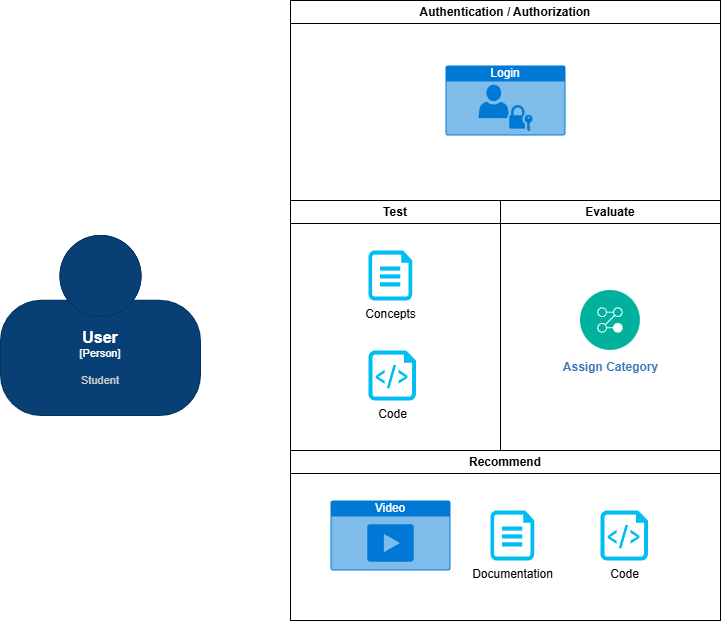
Before: resources/img/context-tutor.drawio.png, a diagram exported from draw.io (devgalop/esp-proj-tutor). Source tidied: cells renumbered, new cells last; positions are measured from the earlier drawing's top-left corner, leaving out a move shared by most shapes. Its diagram source:
```xml
<mxGraphModel background="#ffffff">
  <root>
    <mxCell id="0" />
    <mxCell id="1" parent="0" />
    <object id="2" label="&lt;font style=&quot;font-size: 16px&quot;&gt;&lt;b&gt;%c4Name%&lt;/b&gt;&lt;/font&gt;&lt;div&gt;[%c4Type%]&lt;/div&gt;&lt;br&gt;&lt;div&gt;&lt;font style=&quot;font-size: 11px&quot;&gt;&lt;font color=&quot;#cccccc&quot;&gt;%c4Description%&lt;/font&gt;&lt;/div&gt;" c4Description="Student" c4Name="User" c4Type="Person" placeholders="1">
      <mxCell style="html=1;fontSize=11;dashed=0;whiteSpace=wrap;fillColor=#083F75;strokeColor=#06315C;fontColor=#ffffff;shape=mxgraph.c4.person2;align=center;" parent="1" vertex="1">
        <mxGeometry y="235" width="200" height="180" as="geometry" />
      </mxCell>
    </object>
    <mxCell id="3" value="Test" style="swimlane;whiteSpace=wrap;html=1;" parent="1" vertex="1">
      <mxGeometry x="290" y="200" width="210" height="250" as="geometry" />
    </mxCell>
    <mxCell id="4" value="Concepts" style="verticalLabelPosition=bottom;html=1;verticalAlign=top;align=center;strokeColor=none;fillColor=#00BEF2;shape=mxgraph.azure.file;" parent="3" vertex="1">
      <mxGeometry x="78" y="50" width="43.8" height="50" as="geometry" />
    </mxCell>
    <mxCell id="5" value="Code" style="verticalLabelPosition=bottom;html=1;verticalAlign=top;align=center;strokeColor=none;fillColor=#00BEF2;shape=mxgraph.azure.script_file;" parent="3" vertex="1">
      <mxGeometry x="78" y="150" width="47.5" height="50" as="geometry" />
    </mxCell>
    <mxCell id="6" value="Evaluate" style="swimlane;whiteSpace=wrap;html=1;" parent="1" vertex="1">
      <mxGeometry x="500" y="200" width="220" height="250" as="geometry" />
    </mxCell>
    <mxCell id="7" value="&lt;font&gt;&lt;b&gt;Assign Category&lt;/b&gt;&lt;/font&gt;" style="image;perimeter=ellipsePerimeter;html=1;align=center;shadow=0;dashed=0;fontColor=#4277BB;labelBackgroundColor=default;fontSize=12;spacingTop=3;image=img/lib/ibm/management/process_management.svg;" parent="6" vertex="1">
      <mxGeometry x="80" y="90" width="60" height="60" as="geometry" />
    </mxCell>
    <mxCell id="8" value="Authentication / Authorization" style="swimlane;whiteSpace=wrap;html=1;" parent="1" vertex="1">
      <mxGeometry x="290" width="430" height="200" as="geometry" />
    </mxCell>
    <mxCell id="9" value="Login" style="html=1;whiteSpace=wrap;strokeColor=none;fillColor=#0079D6;labelPosition=center;verticalLabelPosition=middle;verticalAlign=top;align=center;fontSize=12;spacingTop=-6;fontColor=#FFFFFF;sketch=0;shape=mxgraph.sitemap.login;" parent="8" vertex="1">
      <mxGeometry x="155" y="65" width="120" height="70" as="geometry" />
    </mxCell>
    <mxCell id="10" value="Recommend" style="swimlane;whiteSpace=wrap;html=1;" parent="1" vertex="1">
      <mxGeometry x="290" y="450" width="430" height="170" as="geometry" />
    </mxCell>
    <mxCell id="11" value="Video" style="html=1;whiteSpace=wrap;strokeColor=none;fillColor=#0079D6;labelPosition=center;verticalLabelPosition=middle;verticalAlign=top;align=center;fontSize=12;spacingTop=-6;fontColor=#FFFFFF;sketch=0;shape=mxgraph.sitemap.video;" parent="10" vertex="1">
      <mxGeometry x="40" y="50" width="120" height="70" as="geometry" />
    </mxCell>
    <mxCell id="12" value="Documentation" style="verticalLabelPosition=bottom;html=1;verticalAlign=top;align=center;strokeColor=none;fillColor=#00BEF2;shape=mxgraph.azure.file;" parent="10" vertex="1">
      <mxGeometry x="200" y="60" width="43.8" height="50" as="geometry" />
    </mxCell>
    <mxCell id="13" value="Code" style="verticalLabelPosition=bottom;html=1;verticalAlign=top;align=center;strokeColor=none;fillColor=#00BEF2;shape=mxgraph.azure.script_file;" parent="10" vertex="1">
      <mxGeometry x="310" y="60" width="47.5" height="50" as="geometry" />
    </mxCell>
  </root>
</mxGraphModel>
```
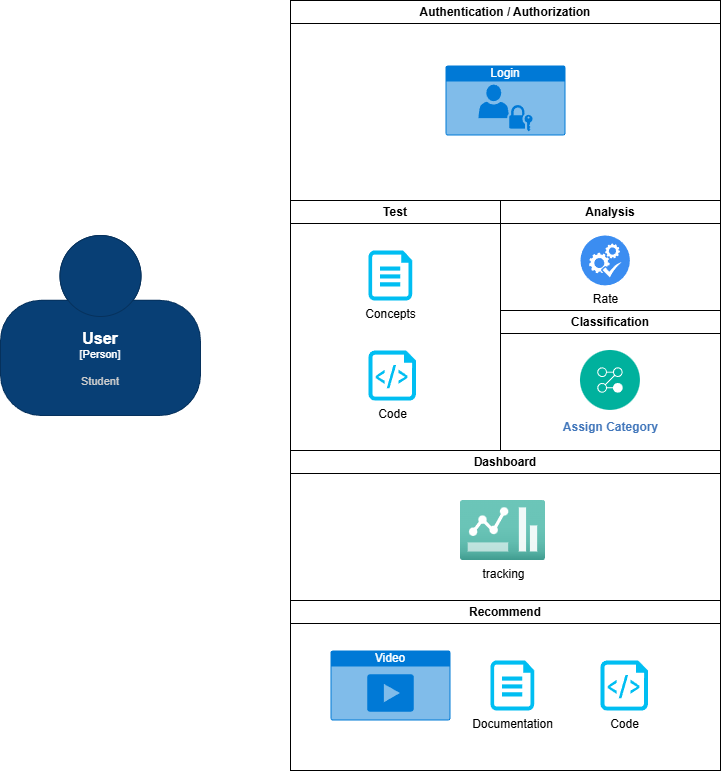
The same diagram one commit later.

Commit message:
docs: Mejora diagramas de contexto y contenedores

Se realiza una mejora en el diagrama de contexto para separar las responsabilidades entre el analizador y el clasificador. En el diagrama de contenedores se agrega la entrada mediante un front

The edit, as a diff of the source:
```diff
@@ -16,11 +16,11 @@
     <mxCell id="5" value="Code" style="verticalLabelPosition=bottom;html=1;verticalAlign=top;align=center;strokeColor=none;fillColor=#00BEF2;shape=mxgraph.azure.script_file;" parent="3" vertex="1">
       <mxGeometry x="78" y="150" width="47.5" height="50" as="geometry" />
     </mxCell>
-    <mxCell id="6" value="Evaluate" style="swimlane;whiteSpace=wrap;html=1;" parent="1" vertex="1">
-      <mxGeometry x="500" y="200" width="220" height="250" as="geometry" />
+    <mxCell id="6" value="Classification" style="swimlane;whiteSpace=wrap;html=1;" parent="1" vertex="1">
+      <mxGeometry x="500" y="310" width="220" height="140" as="geometry" />
     </mxCell>
     <mxCell id="7" value="&lt;font&gt;&lt;b&gt;Assign Category&lt;/b&gt;&lt;/font&gt;" style="image;perimeter=ellipsePerimeter;html=1;align=center;shadow=0;dashed=0;fontColor=#4277BB;labelBackgroundColor=default;fontSize=12;spacingTop=3;image=img/lib/ibm/management/process_management.svg;" parent="6" vertex="1">
-      <mxGeometry x="80" y="90" width="60" height="60" as="geometry" />
+      <mxGeometry x="80" y="40" width="60" height="60" as="geometry" />
     </mxCell>
     <mxCell id="8" value="Authentication / Authorization" style="swimlane;whiteSpace=wrap;html=1;" parent="1" vertex="1">
       <mxGeometry x="290" width="430" height="200" as="geometry" />
@@ -29,7 +29,7 @@
       <mxGeometry x="155" y="65" width="120" height="70" as="geometry" />
     </mxCell>
     <mxCell id="10" value="Recommend" style="swimlane;whiteSpace=wrap;html=1;" parent="1" vertex="1">
-      <mxGeometry x="290" y="450" width="430" height="170" as="geometry" />
+      <mxGeometry x="290" y="600" width="430" height="170" as="geometry" />
     </mxCell>
     <mxCell id="11" value="Video" style="html=1;whiteSpace=wrap;strokeColor=none;fillColor=#0079D6;labelPosition=center;verticalLabelPosition=middle;verticalAlign=top;align=center;fontSize=12;spacingTop=-6;fontColor=#FFFFFF;sketch=0;shape=mxgraph.sitemap.video;" parent="10" vertex="1">
       <mxGeometry x="40" y="50" width="120" height="70" as="geometry" />
@@ -40,5 +40,17 @@
     <mxCell id="13" value="Code" style="verticalLabelPosition=bottom;html=1;verticalAlign=top;align=center;strokeColor=none;fillColor=#00BEF2;shape=mxgraph.azure.script_file;" parent="10" vertex="1">
       <mxGeometry x="310" y="60" width="47.5" height="50" as="geometry" />
     </mxCell>
+    <mxCell id="14" value="Analysis" style="swimlane;whiteSpace=wrap;html=1;" parent="1" vertex="1">
+      <mxGeometry x="500" y="200" width="220" height="110" as="geometry" />
+    </mxCell>
+    <mxCell id="15" value="Rate" style="sketch=0;html=1;strokeColor=none;shadow=0;fillColor=#3B8DF1;verticalAlign=top;labelPosition=center;verticalLabelPosition=bottom;shape=mxgraph.gcp2.systems_check;" parent="14" vertex="1">
+      <mxGeometry x="80" y="35" width="49.4" height="49.9" as="geometry" />
+    </mxCell>
+    <mxCell id="16" value="Dashboard" style="swimlane;whiteSpace=wrap;html=1;" parent="1" vertex="1">
+      <mxGeometry x="290" y="450" width="430" height="150" as="geometry" />
+    </mxCell>
+    <mxCell id="17" value="tracking" style="image;html=1;align=center;fontSize=12;image=img/lib/azure2/general/Dashboard2.svg;" parent="16" vertex="1">
+      <mxGeometry x="170" y="50" width="85" height="60" as="geometry" />
+    </mxCell>
   </root>
 </mxGraphModel>
```
